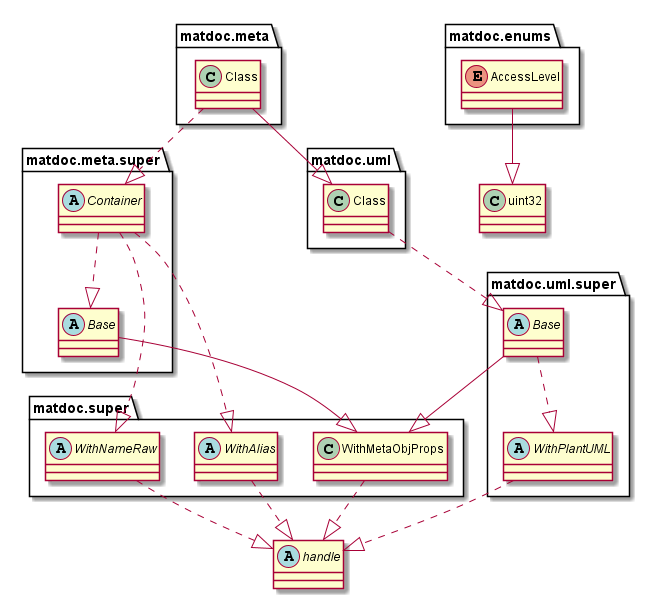
Above: doc/uml-examples/export-class-OnlyRelationship-true.png in flxdot/matdoc (PlantUML), before the change.
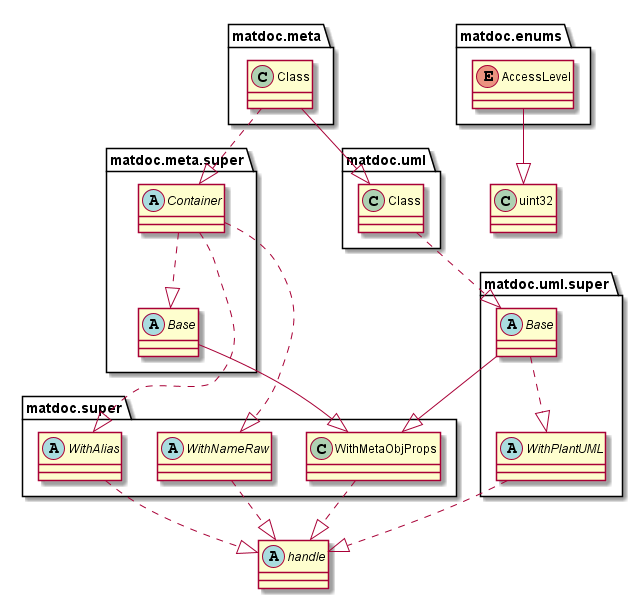
Above is the later version.

The edit, as a diff of the source:
```diff
@@ -3,63 +3,54 @@
 abstract class handle {
 }
 
-
 enum matdoc.enums.AccessLevel {
 }
-
-matdoc.enums.AccessLevel --|> uint32
 
 class matdoc.meta.Class {
 }
 
-matdoc.meta.Class ..|> matdoc.meta.super.Container
-matdoc.meta.Class --|> matdoc.uml.Class
-
 abstract class matdoc.meta.super.Base {
 }
-
-matdoc.meta.super.Base --|> matdoc.super.WithMetaObjProps
 
 abstract class matdoc.meta.super.Container {
 }
 
-matdoc.meta.super.Container ..|> matdoc.meta.super.Base
-matdoc.meta.super.Container ..|> matdoc.super.WithNameRaw
-matdoc.meta.super.Container ..|> matdoc.super.WithAlias
-
 abstract class matdoc.super.WithAlias {
 }
-
-matdoc.super.WithAlias ..|> handle
 
 class matdoc.super.WithMetaObjProps {
 }
 
-matdoc.super.WithMetaObjProps ..|> handle
-
 abstract class matdoc.super.WithNameRaw {
 }
-
-matdoc.super.WithNameRaw ..|> handle
 
 class matdoc.uml.Class {
 }
 
-matdoc.uml.Class ..|> matdoc.uml.super.Base
-
 abstract class matdoc.uml.super.Base {
 }
 
-matdoc.uml.super.Base --|> matdoc.super.WithMetaObjProps
-matdoc.uml.super.Base ..|> matdoc.uml.super.WithPlantUML
-
 abstract class matdoc.uml.super.WithPlantUML {
 }
-
-matdoc.uml.super.WithPlantUML ..|> handle
 
 class uint32 {
 }
 
 
+matdoc.enums.AccessLevel --|> uint32
+matdoc.meta.Class ..|> matdoc.meta.super.Container
+matdoc.meta.Class --|> matdoc.uml.Class
+matdoc.meta.super.Base --|> matdoc.super.WithMetaObjProps
+matdoc.meta.super.Container ..|> matdoc.meta.super.Base
+matdoc.meta.super.Container ..|> matdoc.super.WithNameRaw
+matdoc.meta.super.Container ..|> matdoc.super.WithAlias
+matdoc.super.WithAlias ..|> handle
+matdoc.super.WithMetaObjProps ..|> handle
+matdoc.super.WithNameRaw ..|> handle
+matdoc.uml.Class ..|> matdoc.uml.super.Base
+matdoc.uml.super.Base --|> matdoc.super.WithMetaObjProps
+matdoc.uml.super.Base ..|> matdoc.uml.super.WithPlantUML
+matdoc.uml.super.WithPlantUML ..|> handle
+
+
 @enduml
```
